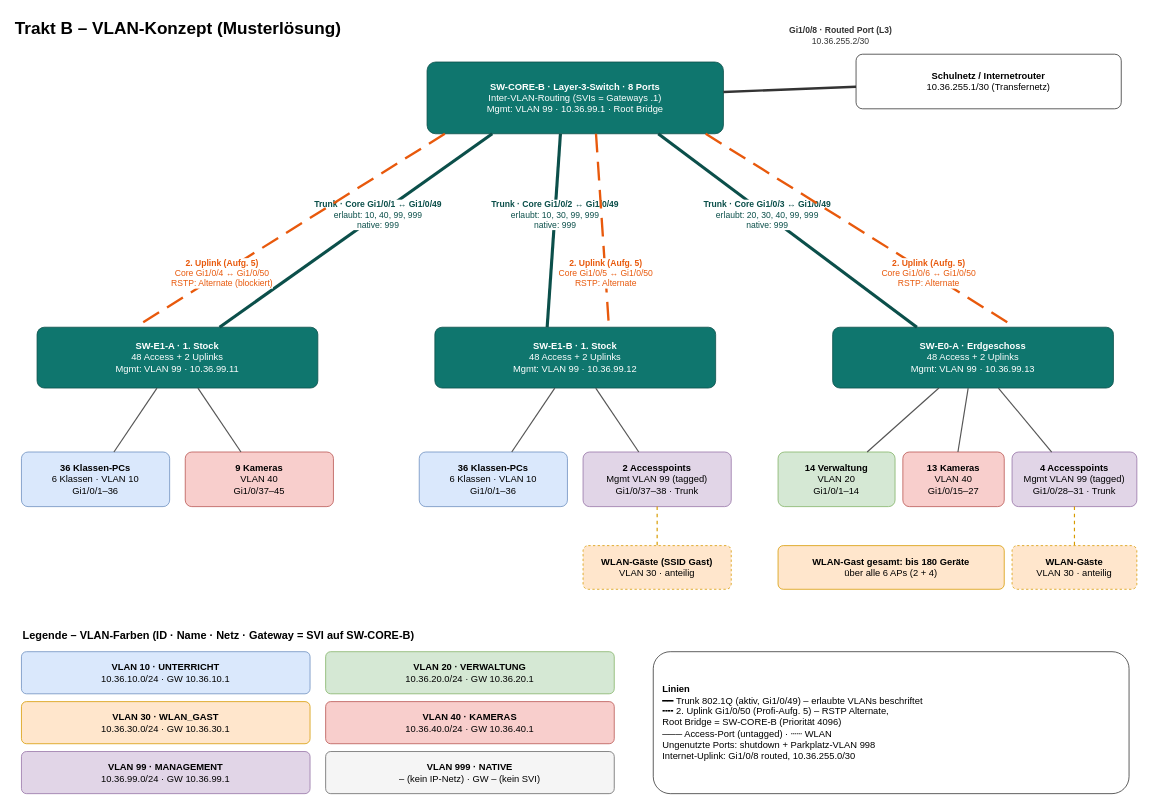
This is A2_Musterloesung/A2_Musterloesung.drawio from wuxnite66-maker/chens-cooking, a draw.io file, before an edit. Source tidied: cells renumbered, new cells numbered last; positions are measured from the earlier drawing's top-left corner, leaving out a move shared by most shapes. Both pictures are drawn from the tidied source at 78%, with x=0, y=0 at pixel (13, 13).
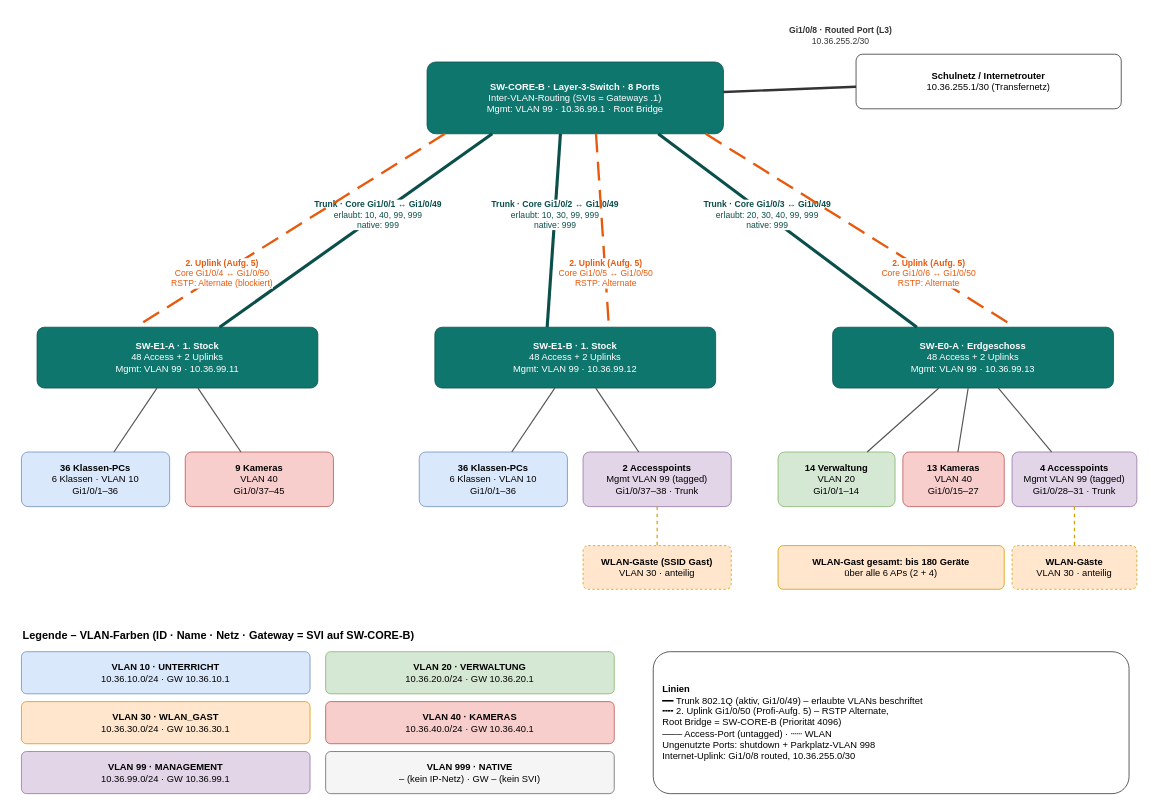
The same diagram, later.

Commit message (it also covers changes not shown here):
Remove title text from A2 drawing (png, drawio)

Claude-Session: https://claude.ai/code/session_01RQXBY5WhTzkTxED2V2ChMW

Change to the diagram source:
```diff
@@
-    <mxCell id="2" value="&lt;b&gt;Trakt B – VLAN-Konzept (Musterlösung)&lt;/b&gt;" style="text;html=1;align=left;verticalAlign=middle;fontSize=22;fontStyle=1;" parent="1" vertex="1">
-      <mxGeometry width="900" height="40" as="geometry" />
-    </mxCell>
```
